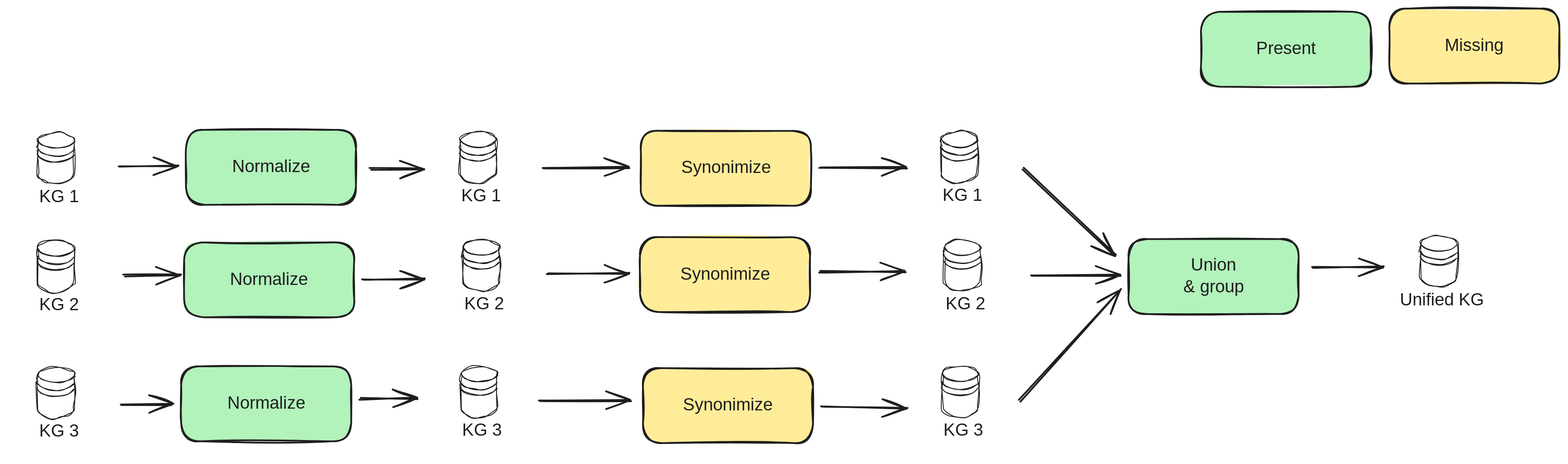
Above: docs/src/assets/img/kg_integration_approach.excalidraw.svg in everycure-org/matrix (Excalidraw), before the change. Source tidied: one line per element, renumbered; positions are measured from the earlier drawing's top-left corner, leaving out a move shared by most shapes.
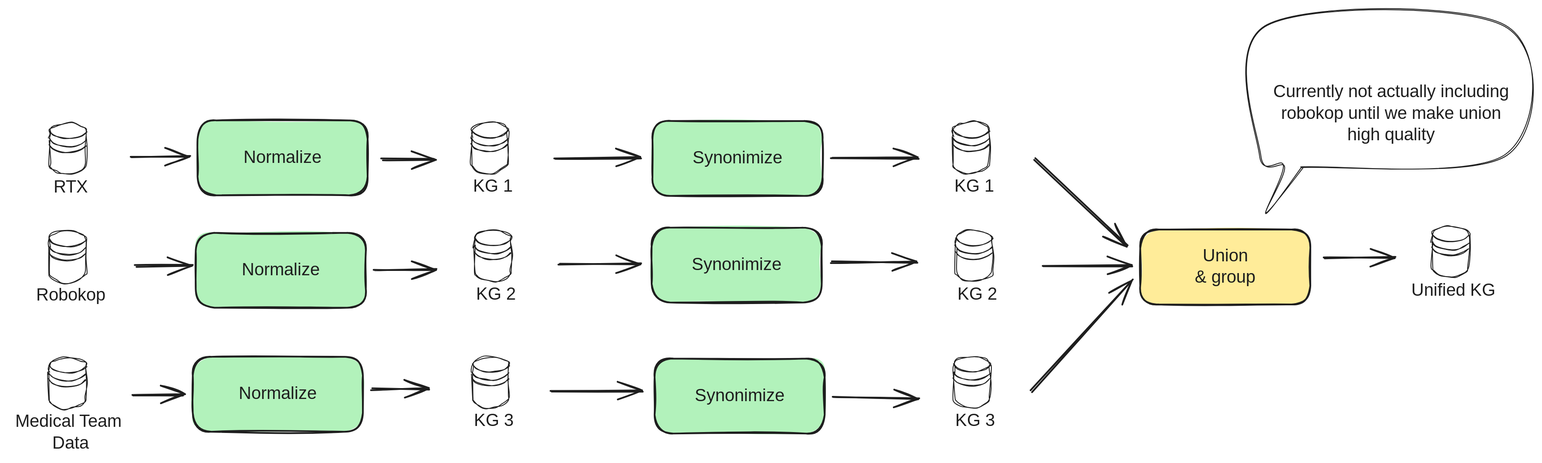
Later version of the same file.

The edit, as a diff of the source:
```diff
@@ -1,19 +1,19 @@
 {"id": 0, "type": "rectangle", "strokeColor": "#1e1e1e", "backgroundColor": "#b2f2bb", "fillStyle": "solid", "strokeWidth": 2, "roughness": 1, "round": true, "x": 206, "y": 141, "width": 197, "height": 87}
 {"id": 1, "type": "text", "text": "Normalize", "strokeColor": "#1e1e1e", "strokeWidth": 2, "roughness": 1, "fontSize": 20, "fontFamily": 1, "textAlign": "center", "verticalAlign": "middle", "inside": 0, "x": 259, "y": 172, "width": 91, "height": 25}
-{"id": 2, "type": "ellipse", "strokeColor": "#1e1e1e", "strokeWidth": 1, "roughness": 1, "opacity": 0, "x": 0, "y": 129, "width": 117, "height": 117}
+{"id": 2, "type": "ellipse", "strokeColor": "#1e1e1e", "strokeWidth": 1, "roughness": 1, "opacity": 0, "round": true, "x": 0, "y": 129, "width": 117, "height": 117}
-{"id": 3, "type": "text", "text": "KG 1", "strokeColor": "#1e1e1e", "strokeWidth": 1, "roughness": 1, "fontSize": 20, "fontFamily": 1, "textAlign": "center", "x": 37, "y": 206, "width": 43, "height": 25}
+{"id": 3, "type": "text", "text": "RTX", "strokeColor": "#1e1e1e", "strokeWidth": 1, "roughness": 1, "fontSize": 20, "fontFamily": 1, "textAlign": "center", "round": true, "x": 38, "y": 206, "width": 42, "height": 25}
-{"id": 4, "type": "line", "strokeColor": "#1e1e1e", "strokeWidth": 1, "roughness": 1, "round": true, "x": 33, "y": 162, "width": 43, "height": 59, "points": [[0, 0], [0, 28], [2, 33], [7, 38], [16, 41], [26, 40], [35, 37], [41, 32], [42, 27], [43, 11], [43, -6], [43, -12], [38, -16], [27, -19], [15, -18], [6, -16], [1, -12], [0, -7], [0, 0]]}
+{"id": 4, "type": "line", "strokeColor": "#1e1e1e", "strokeWidth": 1, "roughness": 1, "round": true, "x": 34, "y": 162, "width": 43, "height": 59, "points": [[0, 0], [0, 28], [2, 33], [7, 38], [16, 41], [26, 40], [35, 37], [41, 32], [42, 27], [43, 11], [43, -6], [43, -12], [38, -16], [27, -19], [15, -18], [6, -16], [1, -12], [0, -7], [0, 0]]}
 {"id": 5, "type": "line", "strokeColor": "#1e1e1e", "strokeWidth": 1, "roughness": 1, "round": true, "x": 34, "y": 153, "width": 43, "height": 9, "points": [[0, 0], [5, 5], [15, 9], [26, 9], [36, 6], [43, 1]]}
-{"id": 6, "type": "line", "strokeColor": "#1e1e1e", "strokeWidth": 1, "roughness": 1, "round": true, "x": 33, "y": 162, "width": 43, "height": 9, "points": [[0, 0], [5, 5], [15, 9], [26, 9], [36, 6], [43, 1]]}
+{"id": 6, "type": "line", "strokeColor": "#1e1e1e", "strokeWidth": 1, "roughness": 1, "round": true, "x": 34, "y": 162, "width": 43, "height": 9, "points": [[0, 0], [5, 5], [15, 9], [26, 9], [36, 6], [43, 1]]}
-{"id": 7, "type": "line", "strokeColor": "#1e1e1e", "strokeWidth": 1, "roughness": 1, "round": true, "x": 33, "y": 169, "width": 43, "height": 9, "points": [[0, 0], [5, 5], [15, 9], [26, 9], [36, 6], [43, 1]]}
+{"id": 7, "type": "line", "strokeColor": "#1e1e1e", "strokeWidth": 1, "roughness": 1, "round": true, "x": 34, "y": 169, "width": 43, "height": 9, "points": [[0, 0], [5, 5], [15, 9], [26, 9], [36, 6], [43, 1]]}
 {"id": 8, "type": "ellipse", "strokeColor": "#1e1e1e", "strokeWidth": 1, "roughness": 1, "opacity": 0, "x": 0, "y": 255, "width": 117, "height": 117}
-{"id": 9, "type": "text", "text": "KG 2", "strokeColor": "#1e1e1e", "strokeWidth": 1, "roughness": 1, "fontSize": 20, "fontFamily": 1, "textAlign": "center", "x": 32, "y": 331, "width": 52, "height": 25}
+{"id": 9, "type": "text", "text": "Robokop", "strokeColor": "#1e1e1e", "strokeWidth": 1, "roughness": 1, "fontSize": 20, "fontFamily": 1, "textAlign": "center", "x": 20, "y": 331, "width": 77, "height": 25}
 {"id": 10, "type": "line", "strokeColor": "#1e1e1e", "strokeWidth": 1, "roughness": 1, "round": true, "x": 33, "y": 288, "width": 43, "height": 59, "points": [[0, 0], [0, 28], [2, 33], [7, 38], [16, 41], [26, 40], [35, 37], [41, 32], [42, 27], [43, 11], [43, -6], [43, -12], [38, -16], [27, -19], [15, -18], [6, -16], [1, -12], [0, -7], [0, 0]]}
 {"id": 11, "type": "line", "strokeColor": "#1e1e1e", "strokeWidth": 1, "roughness": 1, "round": true, "x": 34, "y": 278, "width": 43, "height": 9, "points": [[0, 0], [5, 5], [15, 9], [26, 9], [36, 6], [43, 1]]}
 {"id": 12, "type": "line", "strokeColor": "#1e1e1e", "strokeWidth": 1, "roughness": 1, "round": true, "x": 33, "y": 287, "width": 43, "height": 9, "points": [[0, 0], [5, 5], [15, 9], [26, 9], [36, 6], [43, 1]]}
 {"id": 13, "type": "line", "strokeColor": "#1e1e1e", "strokeWidth": 1, "roughness": 1, "round": true, "x": 33, "y": 294, "width": 43, "height": 9, "points": [[0, 0], [5, 5], [15, 9], [26, 9], [36, 6], [43, 1]]}
 {"id": 14, "type": "ellipse", "strokeColor": "#1e1e1e", "strokeWidth": 1, "roughness": 1, "opacity": 0, "x": 0, "y": 401, "width": 117, "height": 117}
-{"id": 15, "type": "text", "text": "KG 3", "strokeColor": "#1e1e1e", "strokeWidth": 1, "roughness": 1, "fontSize": 20, "fontFamily": 1, "textAlign": "center", "x": 33, "y": 478, "width": 52, "height": 25}
+{"id": 15, "type": "text", "text": "Medical Team \nData", "strokeColor": "#1e1e1e", "strokeWidth": 1, "roughness": 1, "fontSize": 20, "fontFamily": 1, "textAlign": "center", "x": -13, "y": 478, "width": 144, "height": 50}
 {"id": 16, "type": "line", "strokeColor": "#1e1e1e", "strokeWidth": 1, "roughness": 1, "round": true, "x": 33, "y": 434, "width": 43, "height": 59, "points": [[0, 0], [0, 28], [2, 33], [7, 38], [16, 41], [26, 40], [35, 37], [41, 32], [42, 27], [43, 11], [43, -6], [43, -12], [38, -16], [27, -19], [15, -18], [6, -16], [1, -12], [0, -7], [0, 0]]}
 {"id": 17, "type": "line", "strokeColor": "#1e1e1e", "strokeWidth": 1, "roughness": 1, "round": true, "x": 34, "y": 424, "width": 43, "height": 9, "points": [[0, 0], [5, 5], [15, 9], [26, 9], [36, 6], [43, 1]]}
 {"id": 18, "type": "line", "strokeColor": "#1e1e1e", "strokeWidth": 1, "roughness": 1, "round": true, "x": 33, "y": 434, "width": 43, "height": 9, "points": [[0, 0], [5, 5], [15, 9], [26, 9], [36, 6], [43, 1]]}
@@ -40,13 +40,13 @@
 {"id": 39, "type": "line", "strokeColor": "#1e1e1e", "strokeWidth": 1, "roughness": 1, "round": true, "x": 524, "y": 423, "width": 43, "height": 9, "points": [[0, 0], [5, 5], [15, 9], [26, 9], [36, 6], [43, 1]]}
 {"id": 40, "type": "line", "strokeColor": "#1e1e1e", "strokeWidth": 1, "roughness": 1, "round": true, "x": 524, "y": 433, "width": 43, "height": 9, "points": [[0, 0], [5, 5], [15, 9], [26, 9], [36, 6], [43, 1]]}
 {"id": 41, "type": "line", "strokeColor": "#1e1e1e", "strokeWidth": 1, "roughness": 1, "round": true, "x": 524, "y": 439, "width": 43, "height": 9, "points": [[0, 0], [5, 5], [15, 9], [26, 9], [36, 6], [43, 1]]}
-{"id": 42, "type": "rectangle", "strokeColor": "#1e1e1e", "backgroundColor": "#ffec99", "fillStyle": "solid", "strokeWidth": 2, "roughness": 1, "round": true, "x": 732, "y": 265, "width": 197, "height": 87}
+{"id": 42, "type": "rectangle", "strokeColor": "#1e1e1e", "backgroundColor": "#b2f2bb", "fillStyle": "solid", "strokeWidth": 2, "roughness": 1, "round": true, "x": 732, "y": 265, "width": 197, "height": 87}
 {"id": 43, "type": "text", "text": "Synonimize", "strokeColor": "#1e1e1e", "strokeWidth": 2, "roughness": 1, "fontSize": 20, "fontFamily": 1, "textAlign": "center", "verticalAlign": "middle", "inside": 42, "x": 783, "y": 296, "width": 95, "height": 25}
-{"id": 44, "type": "rectangle", "strokeColor": "#1e1e1e", "backgroundColor": "#b2f2bb", "fillStyle": "solid", "strokeWidth": 2, "roughness": 1, "round": true, "x": 1299, "y": 267, "width": 197, "height": 87}
+{"id": 44, "type": "rectangle", "strokeColor": "#1e1e1e", "backgroundColor": "#ffec99", "fillStyle": "solid", "strokeWidth": 2, "roughness": 1, "round": true, "x": 1299, "y": 267, "width": 197, "height": 87}
 {"id": 45, "type": "text", "text": "Union\n& group", "strokeColor": "#1e1e1e", "strokeWidth": 2, "roughness": 1, "fontSize": 20, "fontFamily": 1, "textAlign": "center", "verticalAlign": "middle", "inside": 44, "x": 1360, "y": 286, "width": 75, "height": 50}
-{"id": 46, "type": "rectangle", "strokeColor": "#1e1e1e", "backgroundColor": "#ffec99", "fillStyle": "solid", "strokeWidth": 2, "roughness": 1, "round": true, "x": 733, "y": 142, "width": 197, "height": 87}
+{"id": 46, "type": "rectangle", "strokeColor": "#1e1e1e", "backgroundColor": "#b2f2bb", "fillStyle": "solid", "strokeWidth": 2, "roughness": 1, "round": true, "x": 733, "y": 141, "width": 197, "height": 87}
-{"id": 47, "type": "text", "text": "Synonimize", "strokeColor": "#1e1e1e", "strokeWidth": 2, "roughness": 1, "fontSize": 20, "fontFamily": 1, "textAlign": "center", "verticalAlign": "middle", "inside": 46, "x": 784, "y": 173, "width": 95, "height": 25}
+{"id": 47, "type": "text", "text": "Synonimize", "strokeColor": "#1e1e1e", "strokeWidth": 2, "roughness": 1, "fontSize": 20, "fontFamily": 1, "textAlign": "center", "verticalAlign": "middle", "inside": 46, "x": 784, "y": 172, "width": 95, "height": 25}
-{"id": 48, "type": "rectangle", "strokeColor": "#1e1e1e", "backgroundColor": "#ffec99", "fillStyle": "solid", "strokeWidth": 2, "roughness": 1, "round": true, "x": 736, "y": 417, "width": 197, "height": 87}
+{"id": 48, "type": "rectangle", "strokeColor": "#1e1e1e", "backgroundColor": "#b2f2bb", "fillStyle": "solid", "strokeWidth": 2, "roughness": 1, "round": true, "x": 736, "y": 417, "width": 197, "height": 87}
 {"id": 49, "type": "text", "text": "Synonimize", "strokeColor": "#1e1e1e", "strokeWidth": 2, "roughness": 1, "fontSize": 20, "fontFamily": 1, "textAlign": "center", "verticalAlign": "middle", "inside": 48, "x": 787, "y": 448, "width": 95, "height": 25}
 {"id": 50, "type": "ellipse", "strokeColor": "#1e1e1e", "strokeWidth": 1, "roughness": 1, "opacity": 0, "x": 1048, "y": 128, "width": 117, "height": 117}
 {"id": 51, "type": "text", "text": "KG 1", "strokeColor": "#1e1e1e", "strokeWidth": 1, "roughness": 1, "fontSize": 20, "fontFamily": 1, "textAlign": "center", "x": 1084, "y": 205, "width": 43, "height": 25}
@@ -72,7 +72,7 @@
 {"id": 71, "type": "line", "strokeColor": "#1e1e1e", "strokeWidth": 1, "roughness": 1, "round": true, "x": 1637, "y": 272, "width": 43, "height": 9, "points": [[0, 0], [5, 5], [15, 9], [26, 9], [36, 6], [43, 1]]}
 {"id": 72, "type": "line", "strokeColor": "#1e1e1e", "strokeWidth": 1, "roughness": 1, "round": true, "x": 1637, "y": 281, "width": 43, "height": 9, "points": [[0, 0], [5, 5], [15, 9], [26, 9], [36, 6], [43, 1]]}
 {"id": 73, "type": "line", "strokeColor": "#1e1e1e", "strokeWidth": 1, "roughness": 1, "round": true, "x": 1637, "y": 288, "width": 43, "height": 9, "points": [[0, 0], [5, 5], [15, 9], [26, 9], [36, 6], [43, 1]]}
-{"id": 74, "type": "arrow", "strokeColor": "#1e1e1e", "strokeWidth": 2, "roughness": 1, "endArrowhead": "arrow", "round": true, "from": 2, "to": 0, "x": 128, "y": 182, "width": 70, "height": 1, "points": [[0, 0], [70, 1]]}
+{"id": 74, "type": "arrow", "strokeColor": "#1e1e1e", "strokeWidth": 2, "roughness": 1, "endArrowhead": "arrow", "round": true, "from": 2, "to": 0, "x": 128, "y": 182, "width": 69, "height": 1, "points": [[0, 0], [69, 1]]}
 {"id": 75, "type": "arrow", "strokeColor": "#1e1e1e", "strokeWidth": 2, "roughness": 1, "endArrowhead": "arrow", "round": true, "from": 8, "to": 20, "x": 133, "y": 309, "width": 67, "height": 0, "points": [[0, 0], [67, 0]]}
 {"id": 76, "type": "arrow", "strokeColor": "#1e1e1e", "strokeWidth": 2, "roughness": 1, "endArrowhead": "arrow", "round": true, "from": 14, "to": 22, "x": 130, "y": 459, "width": 60, "height": 0, "points": [[0, 0], [60, 0]]}
 {"id": 77, "type": "arrow", "strokeColor": "#1e1e1e", "strokeWidth": 2, "roughness": 1, "endArrowhead": "arrow", "round": true, "from": 0, "to": 24, "x": 419, "y": 186, "width": 61, "height": 0, "points": [[0, 0], [61, 0]]}
@@ -83,12 +83,10 @@
 {"id": 82, "type": "arrow", "strokeColor": "#1e1e1e", "strokeWidth": 2, "roughness": 1, "endArrowhead": "arrow", "round": true, "from": 36, "to": 48, "x": 617, "y": 455, "width": 105, "height": 0, "points": [[0, 0], [105, 0]]}
 {"id": 83, "type": "arrow", "strokeColor": "#1e1e1e", "strokeWidth": 2, "roughness": 1, "endArrowhead": "arrow", "round": true, "from": 48, "to": 62, "x": 942, "y": 460, "width": 101, "height": 3, "points": [[0, 0], [101, 3]]}
 {"id": 84, "type": "arrow", "strokeColor": "#1e1e1e", "strokeWidth": 2, "roughness": 1, "endArrowhead": "arrow", "round": true, "from": 42, "to": 56, "x": 941, "y": 305, "width": 100, "height": 0, "points": [[0, 0], [100, 0]]}
-{"id": 85, "type": "arrow", "strokeColor": "#1e1e1e", "strokeWidth": 2, "roughness": 1, "endArrowhead": "arrow", "round": true, "from": 46, "to": 50, "x": 941, "y": 184, "width": 102, "height": 1, "points": [[0, 0], [102, 1]]}
+{"id": 85, "type": "arrow", "strokeColor": "#1e1e1e", "strokeWidth": 2, "roughness": 1, "endArrowhead": "arrow", "round": true, "from": 46, "to": 50, "x": 941, "y": 183, "width": 102, "height": 1, "points": [[0, 0], [102, 1]]}
 {"id": 86, "type": "arrow", "strokeColor": "#1e1e1e", "strokeWidth": 2, "roughness": 1, "endArrowhead": "arrow", "round": true, "from": 50, "to": 44, "x": 1177, "y": 185, "width": 107, "height": 100, "points": [[0, 0], [107, 100]]}
 {"id": 87, "type": "arrow", "strokeColor": "#1e1e1e", "strokeWidth": 2, "roughness": 1, "endArrowhead": "arrow", "round": true, "from": 56, "to": 44, "x": 1185, "y": 309, "width": 103, "height": 0, "points": [[0, 0], [103, 0]]}
 {"id": 88, "type": "arrow", "strokeColor": "#1e1e1e", "strokeWidth": 2, "roughness": 1, "endArrowhead": "arrow", "round": true, "from": 62, "to": 44, "x": 1172, "y": 454, "width": 118, "height": 129, "points": [[0, 0], [118, -129]]}
 {"id": 89, "type": "arrow", "strokeColor": "#1e1e1e", "strokeWidth": 2, "roughness": 1, "endArrowhead": "arrow", "round": true, "from": 44, "to": 68, "x": 1512, "y": 301, "width": 82, "height": 2, "points": [[0, 0], [82, -2]]}
-{"id": 90, "type": "rectangle", "strokeColor": "#1e1e1e", "backgroundColor": "#ffec99", "fillStyle": "solid", "strokeWidth": 2, "roughness": 1, "round": true, "x": 1601, "y": 0, "width": 197, "height": 87}
-{"id": 91, "type": "text", "text": "Missing", "strokeColor": "#1e1e1e", "strokeWidth": 2, "roughness": 1, "fontSize": 20, "fontFamily": 1, "textAlign": "center", "verticalAlign": "middle", "inside": 90, "x": 1667, "y": 31, "width": 65, "height": 25}
-{"id": 92, "type": "rectangle", "strokeColor": "#1e1e1e", "backgroundColor": "#b2f2bb", "fillStyle": "solid", "strokeWidth": 2, "roughness": 1, "round": true, "x": 1383, "y": 4, "width": 197, "height": 87}
-{"id": 93, "type": "text", "text": "Present", "strokeColor": "#1e1e1e", "strokeWidth": 2, "roughness": 1, "fontSize": 20, "fontFamily": 1, "textAlign": "center", "verticalAlign": "middle", "inside": 92, "x": 1444, "y": 35, "width": 75, "height": 25}
+{"id": 94, "type": "line", "strokeColor": "#1e1e1e", "strokeWidth": 1, "roughness": 1, "round": true, "x": 1486, "y": 195, "width": 285, "height": 219, "points": [[0, 0], [237, -13], [236, -165], [-41, -165], [-48, -14], [-21, -1], [-41, 53], [1, -1]]}
+{"id": 95, "type": "text", "text": "Currently not actually including\nrobokop until we make union\nhigh quality", "strokeColor": "#1e1e1e", "strokeWidth": 1, "roughness": 1, "fontSize": 20, "fontFamily": 1, "textAlign": "center", "x": 1438, "y": 95, "width": 304, "height": 75}
```
